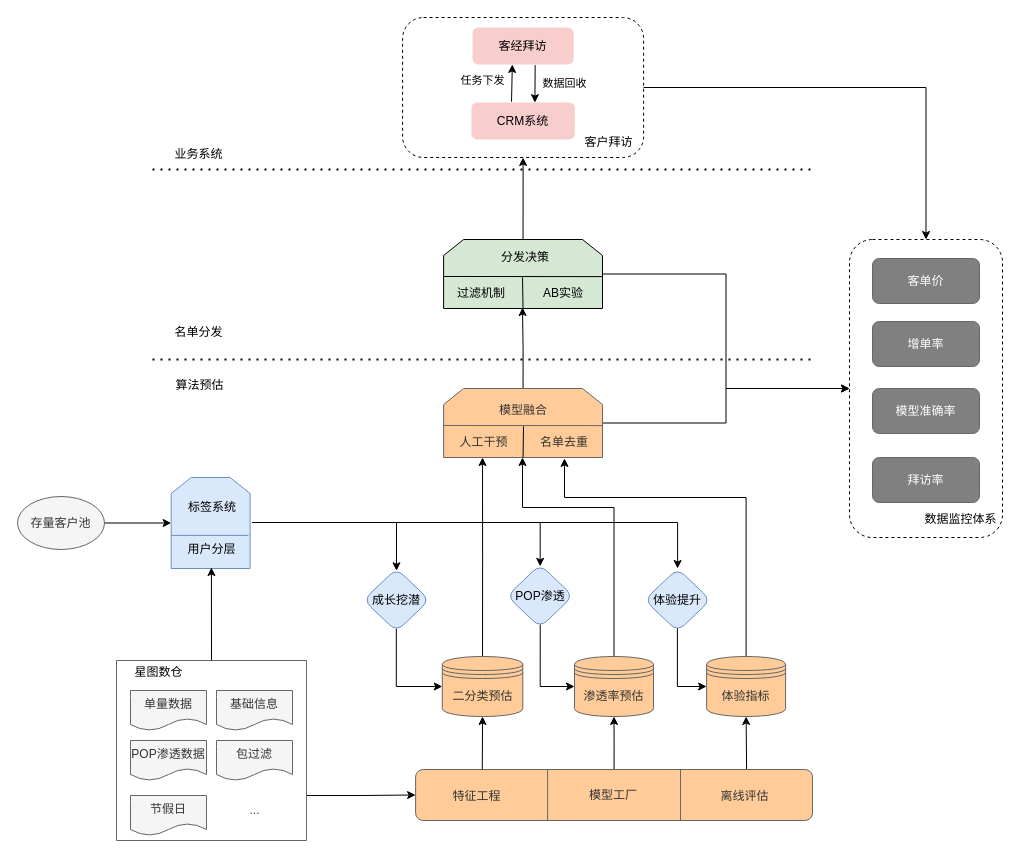
This is 增单挖潜技术评审Q1.drawio from JintaiYang/drawio, a draw.io file, before an edit. Source tidied: cells renumbered, new cells numbered last; positions are measured from the earlier drawing's top-left corner, leaving out a move shared by most shapes. Both pictures are drawn from the tidied source at 100%, with x=0, y=0 at pixel (17, 17).
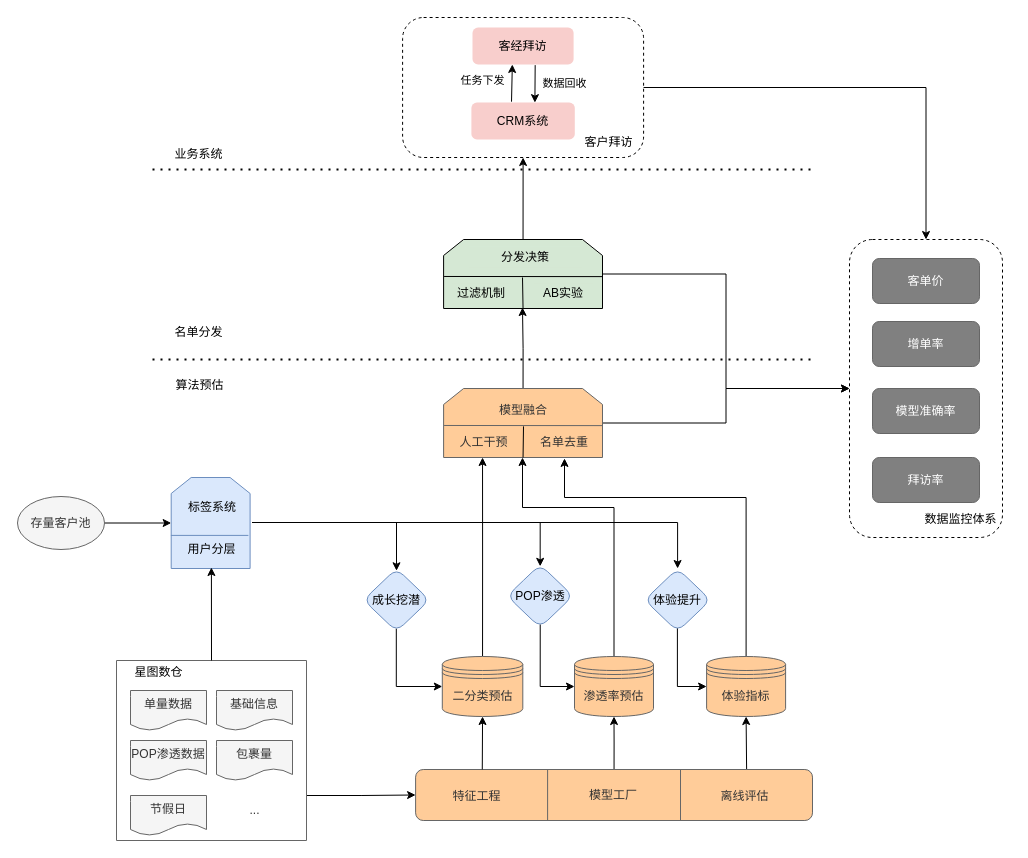
The same diagram, later.

Commit message:
更新增单挖潜技术评审Q1.drawio

The change refers to these unchanged cells:
```xml
<mxCell id="5" style="swimlane;startSize=0;rounded=1;arcSize=38;fillColor=#f5f5f5;fontColor=#333333;strokeColor=#666666;" parent="1" vertex="1">
  <mxGeometry x="99" y="643" width="190" height="180" as="geometry" />
</mxCell>
```

The edit, as a diff of the source:
```diff
@@
-    <mxCell id="9" value="包过滤" style="shape=document;whiteSpace=wrap;html=1;boundedLbl=1;rounded=1;fillColor=#f5f5f5;fontColor=#333333;strokeColor=#666666;" parent="5" vertex="1">
+    <mxCell id="9" value="包裹量" style="shape=document;whiteSpace=wrap;html=1;boundedLbl=1;rounded=1;fillColor=#f5f5f5;fontColor=#333333;strokeColor=#666666;" parent="5" vertex="1">
       <mxGeometry x="100" y="80" width="76" height="40" as="geometry" />
     </mxCell>
```
